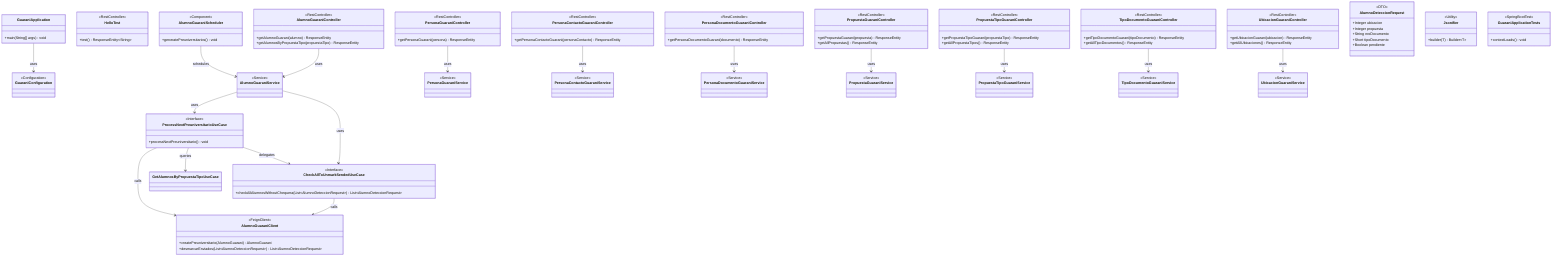
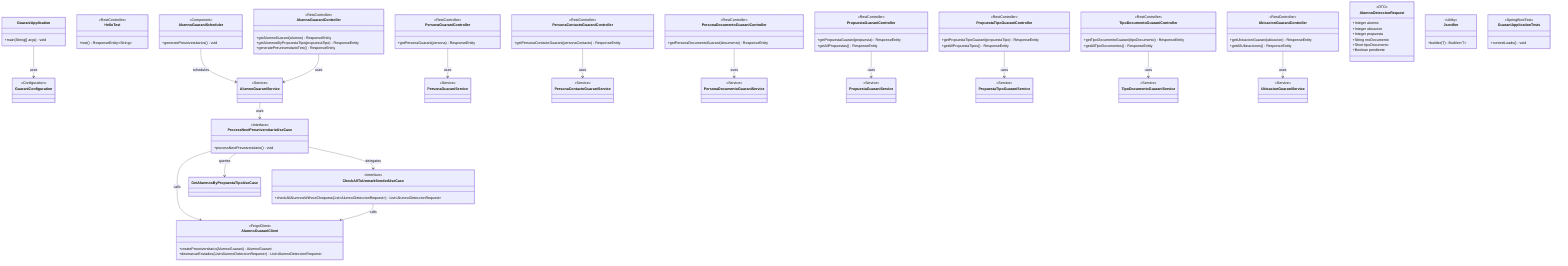
classDiagram
    class GuaraniApplication {
        +main(String[] args) void
    }

    class GuaraniConfiguration {
        <<Configuration>>
        <<EnableFeignClients>>
        <<EnableScheduling>>
    }

    class HelloTest {
        <<RestController>>
        +test() ResponseEntity~String~
    }

    class AlumnoGuaraniController {
        <<RestController>>
        +getAlumnoGuarani(alumno) ResponseEntity
        +getAlumnosByPropuestaTipo(propuestaTipo) ResponseEntity
+         +generatePreuniversitarioTest() ResponseEntity
    }

    class PersonaGuaraniController {
        <<RestController>>
        +getPersonaGuarani(persona) ResponseEntity
    }

    class PersonaContactoGuaraniController {
        <<RestController>>
        +getPersonaContactoGuarani(personaContacto) ResponseEntity
    }

    class PersonaDocumentoGuaraniController {
        <<RestController>>
        +getPersonaDocumentoGuarani(documento) ResponseEntity
    }

    class PropuestaGuaraniController {
        <<RestController>>
        +getPropuestaGuarani(propuesta) ResponseEntity
        +getAllPropuestas() ResponseEntity
    }

    class PropuestaTipoGuaraniController {
        <<RestController>>
        +getPropuestaTipoGuarani(propuestaTipo) ResponseEntity
        +getAllPropuestaTipos() ResponseEntity
    }

    class TipoDocumentoGuaraniController {
        <<RestController>>
        +getTipoDocumentoGuarani(tipoDocumento) ResponseEntity
        +getAllTipoDocumentos() ResponseEntity
    }

    class UbicacionGuaraniController {
        <<RestController>>
        +getUbicacionGuarani(ubicacion) ResponseEntity
        +getAllUbicaciones() ResponseEntity
    }

    class AlumnoGuaraniService {
        <<Service>>
    }

    class PersonaGuaraniService {
        <<Service>>
    }

    class PersonaContactoGuaraniService {
        <<Service>>
    }

    class PersonaDocumentoGuaraniService {
        <<Service>>
    }

    class PropuestaGuaraniService {
        <<Service>>
    }

    class PropuestaTipoGuaraniService {
        <<Service>>
    }

    class TipoDocumentoGuaraniService {
        <<Service>>
    }

    class UbicacionGuaraniService {
        <<Service>>
    }

    class AlumnoGuaraniScheduler {
        <<Component>>
        +generatePreuniversitarios() void
    }

    class AlumnoGuaraniClient {
        <<FeignClient>>
        +createPreuniversitario(AlumnoGuarani) AlumnoGuarani
        +desmarcarEnviados(List~AlumnoDeteccionRequest~) List~AlumnoDeteccionRequest~
    }

    class AlumnoDeteccionRequest {
        <<DTO>>
+         +Integer alumno
        +Integer ubicacion
        +Integer propuesta
        +String nroDocumento
        +Short tipoDocumento
        +Boolean pendiente
    }

    class ProcessNextPreuniversitarioUseCase {
        <<Interface>>
        +processNextPreuniversitario() void
    }

    class CheckAllToUnmarkSendedUseCase {
        <<Interface>>
        +checkAllAlumnosWithoutChequera(List~AlumnoDeteccionRequest~) List~AlumnoDeteccionRequest~
    }

    class Jsonifier {
        <<Utility>>
        +builder(T) Builder~T~
    }

    class GuaraniApplicationTests {
        <<SpringBootTest>>
        +contextLoads() void
    }

    GuaraniApplication --> GuaraniConfiguration : uses
    AlumnoGuaraniScheduler --> AlumnoGuaraniService : schedules
    AlumnoGuaraniService --> ProcessNextPreuniversitarioUseCase : uses
-     AlumnoGuaraniService --> CheckAllToUnmarkSendedUseCase : uses
    ProcessNextPreuniversitarioUseCase --> AlumnoGuaraniClient : calls
    ProcessNextPreuniversitarioUseCase --> GetAlumnosByPropuestaTipoUseCase : queries
    ProcessNextPreuniversitarioUseCase --> CheckAllToUnmarkSendedUseCase : delegates
    CheckAllToUnmarkSendedUseCase --> AlumnoGuaraniClient : calls
    AlumnoGuaraniController --> AlumnoGuaraniService : uses
    PersonaGuaraniController --> PersonaGuaraniService : uses
    PersonaContactoGuaraniController --> PersonaContactoGuaraniService : uses
    PersonaDocumentoGuaraniController --> PersonaDocumentoGuaraniService : uses
    PropuestaGuaraniController --> PropuestaGuaraniService : uses
    PropuestaTipoGuaraniController --> PropuestaTipoGuaraniService : uses
    TipoDocumentoGuaraniController --> TipoDocumentoGuaraniService : uses
-     UbicacionGuaraniController --> UbicacionGuaraniService : uses
+     UbicacionGuaraniController --> UbicacionGuaraniService : uses